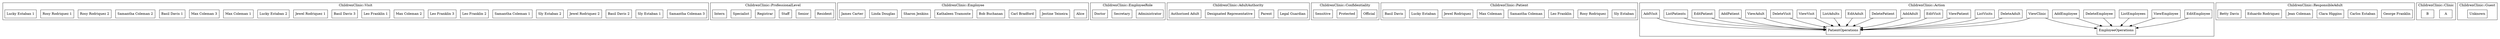
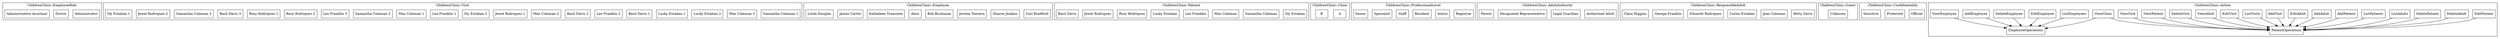
strict digraph {
	ordering="out"
	node[shape=box]
+ 	subgraph "cluster_ChildrenClinic::EmployeeRole" {
+ 		label="ChildrenClinic::EmployeeRole"
+ 		"ChildrenClinic::EmployeeRole::\"Administrator\"" [label="Administrator"]
+ 		"ChildrenClinic::EmployeeRole::\"Doctor\"" [label="Doctor"]
+ 		"ChildrenClinic::EmployeeRole::\"Administrative Assistant\"" [label="Administrative Assistant"]
+ 	}
	subgraph "cluster_ChildrenClinic::Visit" {
		label="ChildrenClinic::Visit"
- 		"ChildrenClinic::Visit::\"Samantha Coleman 3\"" [label="Samantha Coleman 3"]
- 		"ChildrenClinic::Visit::\"Sly Estaban 1\"" [label="Sly Estaban 1"]
+ 		"ChildrenClinic::Visit::\"Samantha Coleman 1\"" [label="Samantha Coleman 1"]
+ 		"ChildrenClinic::Visit::\"Max Coleman 3\"" [label="Max Coleman 3"]
+ 		"ChildrenClinic::Visit::\"Lucky Estaban 2\"" [label="Lucky Estaban 2"]
+ 		"ChildrenClinic::Visit::\"Lucky Estaban 1\"" [label="Lucky Estaban 1"]
+ 		"ChildrenClinic::Visit::\"Basil Davis 1\"" [label="Basil Davis 1"]
+ 		"ChildrenClinic::Visit::\"Leo Franklin 2\"" [label="Leo Franklin 2"]
		"ChildrenClinic::Visit::\"Basil Davis 2\"" [label="Basil Davis 2"]
- 		"ChildrenClinic::Visit::\"Jewel Rodriquez 2\"" [label="Jewel Rodriquez 2"]
+ 		"ChildrenClinic::Visit::\"Max Coleman 2\"" [label="Max Coleman 2"]
+ 		"ChildrenClinic::Visit::\"Jewel Rodriquez 1\"" [label="Jewel Rodriquez 1"]
		"ChildrenClinic::Visit::\"Sly Estaban 2\"" [label="Sly Estaban 2"]
- 		"ChildrenClinic::Visit::\"Samantha Coleman 1\"" [label="Samantha Coleman 1"]
- 		"ChildrenClinic::Visit::\"Leo Franklin 2\"" [label="Leo Franklin 2"]
+ 		"ChildrenClinic::Visit::\"Leo Franklin 1\"" [label="Leo Franklin 1"]
+ 		"ChildrenClinic::Visit::\"Max Coleman 1\"" [label="Max Coleman 1"]
+ 		"ChildrenClinic::Visit::\"Samantha Coleman 2\"" [label="Samantha Coleman 2"]
		"ChildrenClinic::Visit::\"Leo Franklin 3\"" [label="Leo Franklin 3"]
- 		"ChildrenClinic::Visit::\"Max Coleman 2\"" [label="Max Coleman 2"]
- 		"ChildrenClinic::Visit::\"Leo Franklin 1\"" [label="Leo Franklin 1"]
- 		"ChildrenClinic::Visit::\"Basil Davis 3\"" [label="Basil Davis 3"]
- 		"ChildrenClinic::Visit::\"Jewel Rodriquez 1\"" [label="Jewel Rodriquez 1"]
- 		"ChildrenClinic::Visit::\"Lucky Estaban 2\"" [label="Lucky Estaban 2"]
- 		"ChildrenClinic::Visit::\"Max Coleman 1\"" [label="Max Coleman 1"]
- 		"ChildrenClinic::Visit::\"Max Coleman 3\"" [label="Max Coleman 3"]
- 		"ChildrenClinic::Visit::\"Basil Davis 1\"" [label="Basil Davis 1"]
- 		"ChildrenClinic::Visit::\"Samantha Coleman 2\"" [label="Samantha Coleman 2"]
		"ChildrenClinic::Visit::\"Rosy Rodriquez 2\"" [label="Rosy Rodriquez 2"]
		"ChildrenClinic::Visit::\"Rosy Rodriquez 1\"" [label="Rosy Rodriquez 1"]
- 		"ChildrenClinic::Visit::\"Lucky Estaban 1\"" [label="Lucky Estaban 1"]
+ 		"ChildrenClinic::Visit::\"Basil Davis 3\"" [label="Basil Davis 3"]
+ 		"ChildrenClinic::Visit::\"Samantha Coleman 3\"" [label="Samantha Coleman 3"]
+ 		"ChildrenClinic::Visit::\"Jewel Rodriquez 2\"" [label="Jewel Rodriquez 2"]
+ 		"ChildrenClinic::Visit::\"Sly Estaban 1\"" [label="Sly Estaban 1"]
+ 	}
+ 	subgraph "cluster_ChildrenClinic::Employee" {
+ 		label="ChildrenClinic::Employee"
+ 		"ChildrenClinic::Employee::\"Carl Bradford\"" [label="Carl Bradford"]
+ 		"ChildrenClinic::Employee::\"Sharon Jenkins\"" [label="Sharon Jenkins"]
+ 		"ChildrenClinic::Employee::\"Jestine Teixeira\"" [label="Jestine Teixeira"]
+ 		"ChildrenClinic::Employee::\"Bob Buchanan\"" [label="Bob Buchanan"]
+ 		"ChildrenClinic::Employee::\"Alice\"" [label="Alice"]
+ 		"ChildrenClinic::Employee::\"Kathaleen Tramonte\"" [label="Kathaleen Tramonte"]
+ 		"ChildrenClinic::Employee::\"James Carter\"" [label="James Carter"]
+ 		"ChildrenClinic::Employee::\"Linda Douglas\"" [label="Linda Douglas"]
+ 	}
+ 	subgraph "cluster_ChildrenClinic::Patient" {
+ 		label="ChildrenClinic::Patient"
+ 		"ChildrenClinic::Patient::\"Sly Estaban\"" [label="Sly Estaban"]
+ 		"ChildrenClinic::Patient::\"Samantha Coleman\"" [label="Samantha Coleman"]
+ 		"ChildrenClinic::Patient::\"Max Coleman\"" [label="Max Coleman"]
+ 		"ChildrenClinic::Patient::\"Leo Franklin\"" [label="Leo Franklin"]
+ 		"ChildrenClinic::Patient::\"Lucky Estaban\"" [label="Lucky Estaban"]
+ 		"ChildrenClinic::Patient::\"Rosy Rodriquez\"" [label="Rosy Rodriquez"]
+ 		"ChildrenClinic::Patient::\"Jewel Rodriquez\"" [label="Jewel Rodriquez"]
+ 		"ChildrenClinic::Patient::\"Basil Davis\"" [label="Basil Davis"]
+ 	}
+ 	subgraph "cluster_ChildrenClinic::Clinic" {
+ 		label="ChildrenClinic::Clinic"
+ 		"ChildrenClinic::Clinic::\"A\"" [label="A"]
+ 		"ChildrenClinic::Clinic::\"B\"" [label="B"]
	}
	subgraph "cluster_ChildrenClinic::ProfessionalLevel" {
		label="ChildrenClinic::ProfessionalLevel"
+ 		"ChildrenClinic::ProfessionalLevel::\"Registrar\"" [label="Registrar"]
+ 		"ChildrenClinic::ProfessionalLevel::\"Intern\"" [label="Intern"]
		"ChildrenClinic::ProfessionalLevel::\"Resident\"" [label="Resident"]
+ 		"ChildrenClinic::ProfessionalLevel::\"Staff\"" [label="Staff"]
+ 		"ChildrenClinic::ProfessionalLevel::\"Specialist\"" [label="Specialist"]
		"ChildrenClinic::ProfessionalLevel::\"Senior\"" [label="Senior"]
- 		"ChildrenClinic::ProfessionalLevel::\"Staff\"" [label="Staff"]
- 		"ChildrenClinic::ProfessionalLevel::\"Registrar\"" [label="Registrar"]
- 		"ChildrenClinic::ProfessionalLevel::\"Specialist\"" [label="Specialist"]
- 		"ChildrenClinic::ProfessionalLevel::\"Intern\"" [label="Intern"]
- 	}
- 	subgraph "cluster_ChildrenClinic::Employee" {
- 		label="ChildrenClinic::Employee"
- 		"ChildrenClinic::Employee::\"Alice\"" [label="Alice"]
- 		"ChildrenClinic::Employee::\"Jestine Teixeira\"" [label="Jestine Teixeira"]
- 		"ChildrenClinic::Employee::\"Carl Bradford\"" [label="Carl Bradford"]
- 		"ChildrenClinic::Employee::\"Bob Buchanan\"" [label="Bob Buchanan"]
- 		"ChildrenClinic::Employee::\"Kathaleen Tramonte\"" [label="Kathaleen Tramonte"]
- 		"ChildrenClinic::Employee::\"Sharon Jenkins\"" [label="Sharon Jenkins"]
- 		"ChildrenClinic::Employee::\"Linda Douglas\"" [label="Linda Douglas"]
- 		"ChildrenClinic::Employee::\"James Carter\"" [label="James Carter"]
- 	}
- 	subgraph "cluster_ChildrenClinic::EmployeeRole" {
- 		label="ChildrenClinic::EmployeeRole"
- 		"ChildrenClinic::EmployeeRole::\"Administrator\"" [label="Administrator"]
- 		"ChildrenClinic::EmployeeRole::\"Secretary\"" [label="Secretary"]
- 		"ChildrenClinic::EmployeeRole::\"Doctor\"" [label="Doctor"]
	}
	subgraph "cluster_ChildrenClinic::AdultAuthority" {
		label="ChildrenClinic::AdultAuthority"
+ 		"ChildrenClinic::AdultAuthority::\"Authorised Adult\"" [label="Authorised Adult"]
		"ChildrenClinic::AdultAuthority::\"Legal Guardian\"" [label="Legal Guardian"]
+ 		"ChildrenClinic::AdultAuthority::\"Designated Representative\"" [label="Designated Representative"]
		"ChildrenClinic::AdultAuthority::\"Parent\"" [label="Parent"]
- 		"ChildrenClinic::AdultAuthority::\"Designated Representative\"" [label="Designated Representative"]
- 		"ChildrenClinic::AdultAuthority::\"Authorised Adult\"" [label="Authorised Adult"]
+ 	}
+ 	subgraph "cluster_ChildrenClinic::ResponsibleAdult" {
+ 		label="ChildrenClinic::ResponsibleAdult"
+ 		"ChildrenClinic::ResponsibleAdult::\"Betty Davis\"" [label="Betty Davis"]
+ 		"ChildrenClinic::ResponsibleAdult::\"Jean Coleman\"" [label="Jean Coleman"]
+ 		"ChildrenClinic::ResponsibleAdult::\"Carlos Estaban\"" [label="Carlos Estaban"]
+ 		"ChildrenClinic::ResponsibleAdult::\"Eduardo Rodriquez\"" [label="Eduardo Rodriquez"]
+ 		"ChildrenClinic::ResponsibleAdult::\"George Franklin\"" [label="George Franklin"]
+ 		"ChildrenClinic::ResponsibleAdult::\"Clara Higgins\"" [label="Clara Higgins"]
+ 	}
+ 	subgraph "cluster_ChildrenClinic::Guest" {
+ 		label="ChildrenClinic::Guest"
+ 		"ChildrenClinic::Guest::\"Unknown\"" [label="Unknown"]
	}
	subgraph "cluster_ChildrenClinic::Confidentiality" {
		label="ChildrenClinic::Confidentiality"
		"ChildrenClinic::Confidentiality::\"Official\"" [label="Official"]
		"ChildrenClinic::Confidentiality::\"Protected\"" [label="Protected"]
		"ChildrenClinic::Confidentiality::\"Sensitive\"" [label="Sensitive"]
	}
- 	subgraph "cluster_ChildrenClinic::Patient" {
- 		label="ChildrenClinic::Patient"
- 		"ChildrenClinic::Patient::\"Sly Estaban\"" [label="Sly Estaban"]
- 		"ChildrenClinic::Patient::\"Rosy Rodriquez\"" [label="Rosy Rodriquez"]
- 		"ChildrenClinic::Patient::\"Leo Franklin\"" [label="Leo Franklin"]
- 		"ChildrenClinic::Patient::\"Samantha Coleman\"" [label="Samantha Coleman"]
- 		"ChildrenClinic::Patient::\"Max Coleman\"" [label="Max Coleman"]
- 		"ChildrenClinic::Patient::\"Jewel Rodriquez\"" [label="Jewel Rodriquez"]
- 		"ChildrenClinic::Patient::\"Lucky Estaban\"" [label="Lucky Estaban"]
- 		"ChildrenClinic::Patient::\"Basil Davis\"" [label="Basil Davis"]
- 	}
	subgraph "cluster_ChildrenClinic::Action" {
		label="ChildrenClinic::Action"
+ 		"ChildrenClinic::Action::\"EditPatient\"" [label="EditPatient"]
+ 		"ChildrenClinic::Action::\"ListEmployees\"" [label="ListEmployees"]
		"ChildrenClinic::Action::\"EditEmployee\"" [label="EditEmployee"]
		"ChildrenClinic::Action::\"DeleteAdult\"" [label="DeleteAdult"]
+ 		"ChildrenClinic::Action::\"DeleteEmployee\"" [label="DeleteEmployee"]
+ 		"ChildrenClinic::Action::\"DeletePatient\"" [label="DeletePatient"]
+ 		"ChildrenClinic::Action::\"ListAdults\"" [label="ListAdults"]
+ 		"ChildrenClinic::Action::\"PatientOperations\"" [label="PatientOperations"]
+ 		"ChildrenClinic::Action::\"ListPatients\"" [label="ListPatients"]
+ 		"ChildrenClinic::Action::\"AddPatient\"" [label="AddPatient"]
+ 		"ChildrenClinic::Action::\"AddAdult\"" [label="AddAdult"]
+ 		"ChildrenClinic::Action::\"ViewClinic\"" [label="ViewClinic"]
+ 		"ChildrenClinic::Action::\"AddEmployee\"" [label="AddEmployee"]
+ 		"ChildrenClinic::Action::\"EditAdult\"" [label="EditAdult"]
+ 		"ChildrenClinic::Action::\"AddVisit\"" [label="AddVisit"]
		"ChildrenClinic::Action::\"ListVisits\"" [label="ListVisits"]
+ 		"ChildrenClinic::Action::\"EditVisit\"" [label="EditVisit"]
+ 		"ChildrenClinic::Action::\"ViewEmployee\"" [label="ViewEmployee"]
+ 		"ChildrenClinic::Action::\"ViewAdult\"" [label="ViewAdult"]
+ 		"ChildrenClinic::Action::\"DeleteVisit\"" [label="DeleteVisit"]
		"ChildrenClinic::Action::\"ViewPatient\"" [label="ViewPatient"]
- 		"ChildrenClinic::Action::\"EditVisit\"" [label="EditVisit"]
- 		"ChildrenClinic::Action::\"PatientOperations\"" [label="PatientOperations"]
- 		"ChildrenClinic::Action::\"ViewEmployee\"" [label="ViewEmployee"]
- 		"ChildrenClinic::Action::\"AddAdult\"" [label="AddAdult"]
- 		"ChildrenClinic::Action::\"DeletePatient\"" [label="DeletePatient"]
		"ChildrenClinic::Action::\"EmployeeOperations\"" [label="EmployeeOperations"]
- 		"ChildrenClinic::Action::\"ListEmployees\"" [label="ListEmployees"]
- 		"ChildrenClinic::Action::\"EditAdult\"" [label="EditAdult"]
- 		"ChildrenClinic::Action::\"ListAdults\"" [label="ListAdults"]
		"ChildrenClinic::Action::\"ViewVisit\"" [label="ViewVisit"]
- 		"ChildrenClinic::Action::\"DeleteEmployee\"" [label="DeleteEmployee"]
- 		"ChildrenClinic::Action::\"DeleteVisit\"" [label="DeleteVisit"]
- 		"ChildrenClinic::Action::\"ViewClinic\"" [label="ViewClinic"]
- 		"ChildrenClinic::Action::\"ViewAdult\"" [label="ViewAdult"]
- 		"ChildrenClinic::Action::\"AddPatient\"" [label="AddPatient"]
- 		"ChildrenClinic::Action::\"EditPatient\"" [label="EditPatient"]
- 		"ChildrenClinic::Action::\"AddEmployee\"" [label="AddEmployee"]
- 		"ChildrenClinic::Action::\"ListPatients\"" [label="ListPatients"]
- 		"ChildrenClinic::Action::\"AddVisit\"" [label="AddVisit"]
	}
- 	subgraph "cluster_ChildrenClinic::ResponsibleAdult" {
- 		label="ChildrenClinic::ResponsibleAdult"
- 		"ChildrenClinic::ResponsibleAdult::\"George Franklin\"" [label="George Franklin"]
- 		"ChildrenClinic::ResponsibleAdult::\"Carlos Estaban\"" [label="Carlos Estaban"]
- 		"ChildrenClinic::ResponsibleAdult::\"Clara Higgins\"" [label="Clara Higgins"]
- 		"ChildrenClinic::ResponsibleAdult::\"Jean Coleman\"" [label="Jean Coleman"]
- 		"ChildrenClinic::ResponsibleAdult::\"Eduardo Rodriquez\"" [label="Eduardo Rodriquez"]
- 		"ChildrenClinic::ResponsibleAdult::\"Betty Davis\"" [label="Betty Davis"]
- 	}
- 	subgraph "cluster_ChildrenClinic::Clinic" {
- 		label="ChildrenClinic::Clinic"
- 		"ChildrenClinic::Clinic::\"A\"" [label="A"]
- 		"ChildrenClinic::Clinic::\"B\"" [label="B"]
- 	}
- 	subgraph "cluster_ChildrenClinic::Guest" {
- 		label="ChildrenClinic::Guest"
- 		"ChildrenClinic::Guest::\"Unknown\"" [label="Unknown"]
- 	}
+ 	"ChildrenClinic::Action::\"EditPatient\"" -> "ChildrenClinic::Action::\"PatientOperations\""
+ 	"ChildrenClinic::Action::\"ListEmployees\"" -> "ChildrenClinic::Action::\"EmployeeOperations\""
	"ChildrenClinic::Action::\"EditEmployee\"" -> "ChildrenClinic::Action::\"EmployeeOperations\""
	"ChildrenClinic::Action::\"DeleteAdult\"" -> "ChildrenClinic::Action::\"PatientOperations\""
+ 	"ChildrenClinic::Action::\"DeleteEmployee\"" -> "ChildrenClinic::Action::\"EmployeeOperations\""
+ 	"ChildrenClinic::Action::\"DeletePatient\"" -> "ChildrenClinic::Action::\"PatientOperations\""
+ 	"ChildrenClinic::Action::\"ListAdults\"" -> "ChildrenClinic::Action::\"PatientOperations\""
+ 	"ChildrenClinic::Action::\"ListPatients\"" -> "ChildrenClinic::Action::\"PatientOperations\""
+ 	"ChildrenClinic::Action::\"AddPatient\"" -> "ChildrenClinic::Action::\"PatientOperations\""
+ 	"ChildrenClinic::Action::\"AddAdult\"" -> "ChildrenClinic::Action::\"PatientOperations\""
+ 	"ChildrenClinic::Action::\"ViewClinic\"" -> "ChildrenClinic::Action::\"EmployeeOperations\""
+ 	"ChildrenClinic::Action::\"ViewClinic\"" -> "ChildrenClinic::Action::\"PatientOperations\""
+ 	"ChildrenClinic::Action::\"AddEmployee\"" -> "ChildrenClinic::Action::\"EmployeeOperations\""
+ 	"ChildrenClinic::Action::\"EditAdult\"" -> "ChildrenClinic::Action::\"PatientOperations\""
+ 	"ChildrenClinic::Action::\"AddVisit\"" -> "ChildrenClinic::Action::\"PatientOperations\""
	"ChildrenClinic::Action::\"ListVisits\"" -> "ChildrenClinic::Action::\"PatientOperations\""
- 	"ChildrenClinic::Action::\"ViewPatient\"" -> "ChildrenClinic::Action::\"PatientOperations\""
	"ChildrenClinic::Action::\"EditVisit\"" -> "ChildrenClinic::Action::\"PatientOperations\""
	"ChildrenClinic::Action::\"ViewEmployee\"" -> "ChildrenClinic::Action::\"EmployeeOperations\""
- 	"ChildrenClinic::Action::\"AddAdult\"" -> "ChildrenClinic::Action::\"PatientOperations\""
- 	"ChildrenClinic::Action::\"DeletePatient\"" -> "ChildrenClinic::Action::\"PatientOperations\""
- 	"ChildrenClinic::Action::\"ListEmployees\"" -> "ChildrenClinic::Action::\"EmployeeOperations\""
- 	"ChildrenClinic::Action::\"EditAdult\"" -> "ChildrenClinic::Action::\"PatientOperations\""
- 	"ChildrenClinic::Action::\"ListAdults\"" -> "ChildrenClinic::Action::\"PatientOperations\""
+ 	"ChildrenClinic::Action::\"ViewAdult\"" -> "ChildrenClinic::Action::\"PatientOperations\""
+ 	"ChildrenClinic::Action::\"DeleteVisit\"" -> "ChildrenClinic::Action::\"PatientOperations\""
+ 	"ChildrenClinic::Action::\"ViewPatient\"" -> "ChildrenClinic::Action::\"PatientOperations\""
	"ChildrenClinic::Action::\"ViewVisit\"" -> "ChildrenClinic::Action::\"PatientOperations\""
- 	"ChildrenClinic::Action::\"DeleteEmployee\"" -> "ChildrenClinic::Action::\"EmployeeOperations\""
- 	"ChildrenClinic::Action::\"DeleteVisit\"" -> "ChildrenClinic::Action::\"PatientOperations\""
- 	"ChildrenClinic::Action::\"ViewClinic\"" -> "ChildrenClinic::Action::\"PatientOperations\""
- 	"ChildrenClinic::Action::\"ViewClinic\"" -> "ChildrenClinic::Action::\"EmployeeOperations\""
- 	"ChildrenClinic::Action::\"ViewAdult\"" -> "ChildrenClinic::Action::\"PatientOperations\""
- 	"ChildrenClinic::Action::\"AddPatient\"" -> "ChildrenClinic::Action::\"PatientOperations\""
- 	"ChildrenClinic::Action::\"EditPatient\"" -> "ChildrenClinic::Action::\"PatientOperations\""
- 	"ChildrenClinic::Action::\"AddEmployee\"" -> "ChildrenClinic::Action::\"EmployeeOperations\""
- 	"ChildrenClinic::Action::\"ListPatients\"" -> "ChildrenClinic::Action::\"PatientOperations\""
- 	"ChildrenClinic::Action::\"AddVisit\"" -> "ChildrenClinic::Action::\"PatientOperations\""
}

